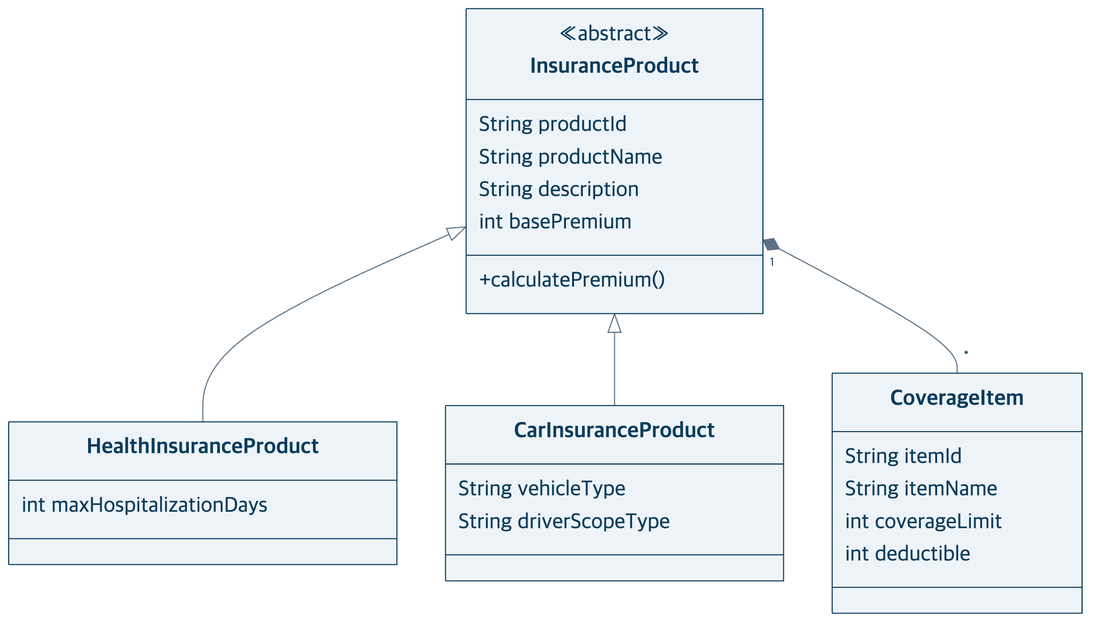
The Mermaid diagram docs/presentation/diagrams/clusters/product-design.png in heyoonyoon/distributed-programming, before a commit. Its source is kept beside it as docs/presentation/diagrams/clusters/product-design.mmd.
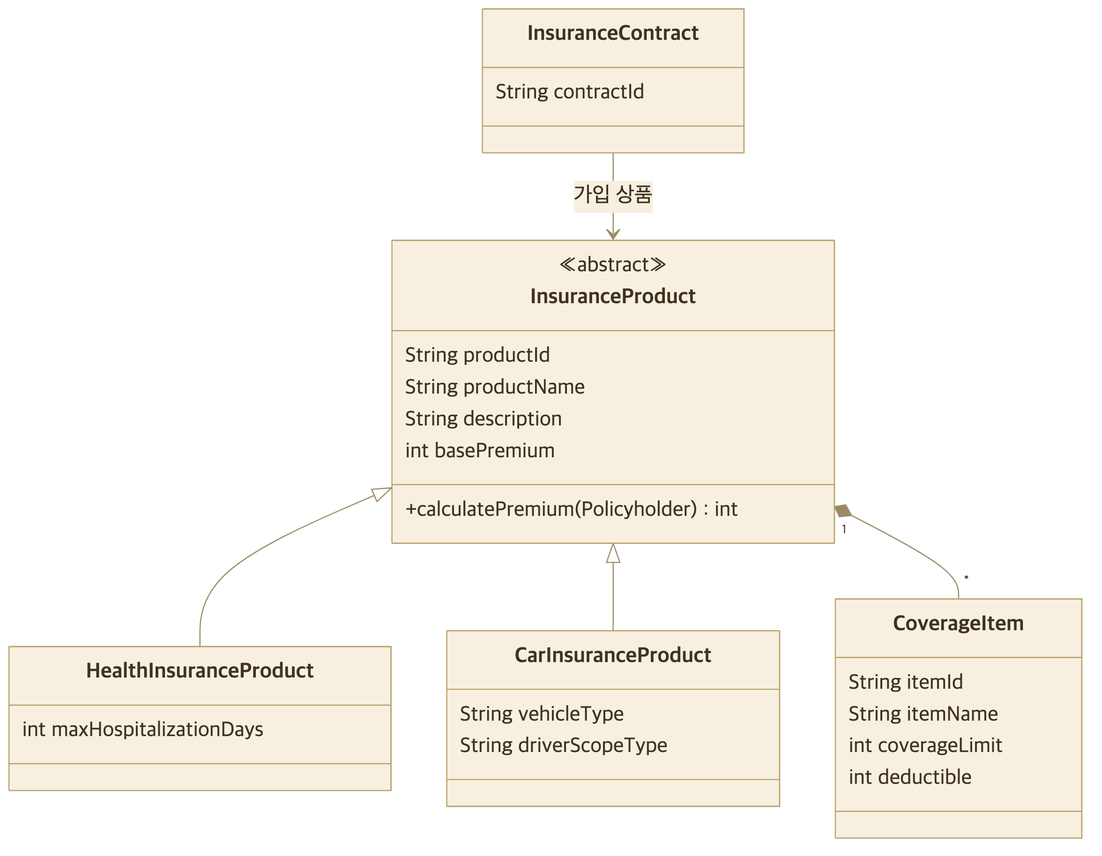
Above is the later version.

Change to the diagram source:
```diff
@@ -1,12 +1,15 @@
 classDiagram
 direction TB
+class InsuranceContract {
+  String contractId
+}
 class InsuranceProduct {
   <<abstract>>
   String productId
   String productName
   String description
   int basePremium
-  +calculatePremium()
+  +calculatePremium(Policyholder) int
 }
 class HealthInsuranceProduct {
   int maxHospitalizationDays
@@ -21,6 +24,7 @@
   int coverageLimit
   int deductible
 }
+InsuranceContract --> InsuranceProduct : 가입 상품
 InsuranceProduct <|-- HealthInsuranceProduct
 InsuranceProduct <|-- CarInsuranceProduct
 InsuranceProduct "1" *-- "*" CoverageItem
```
